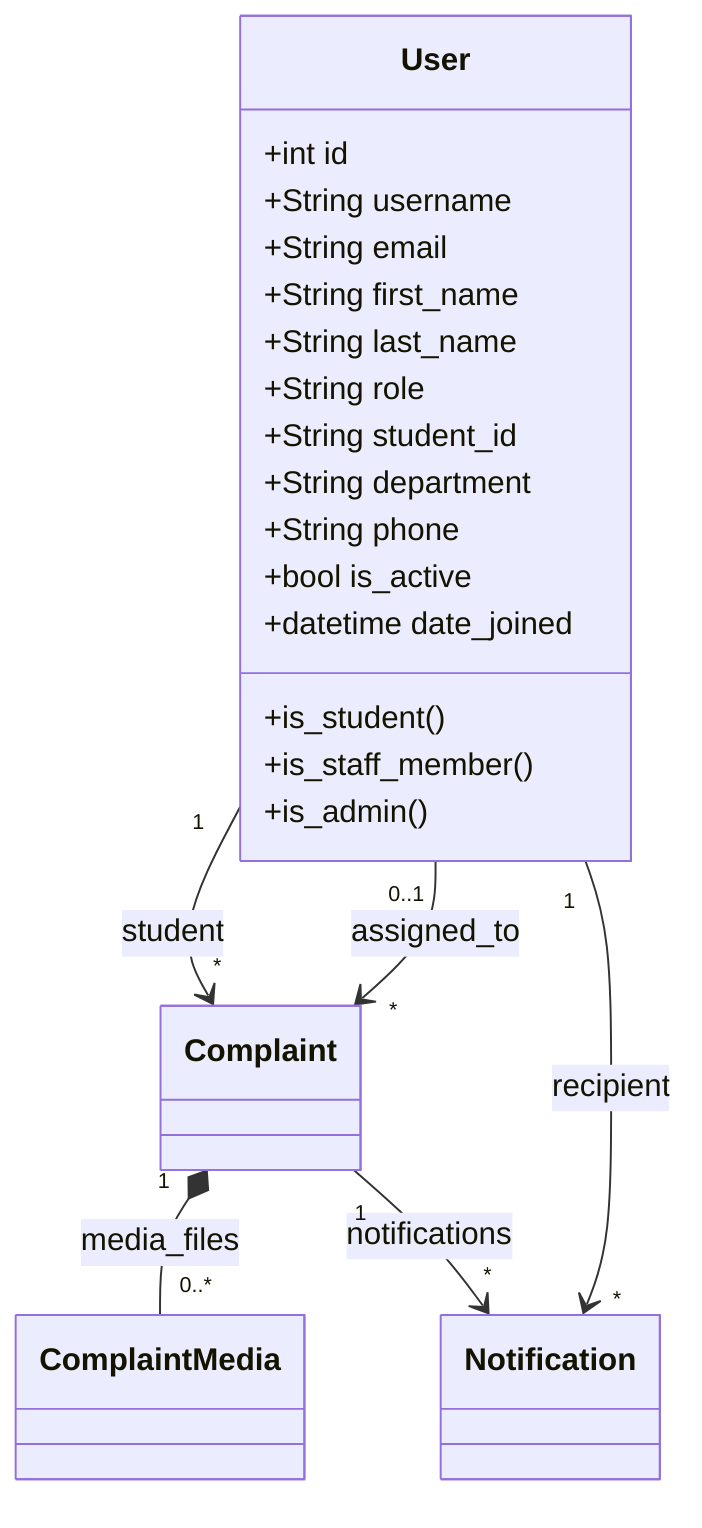
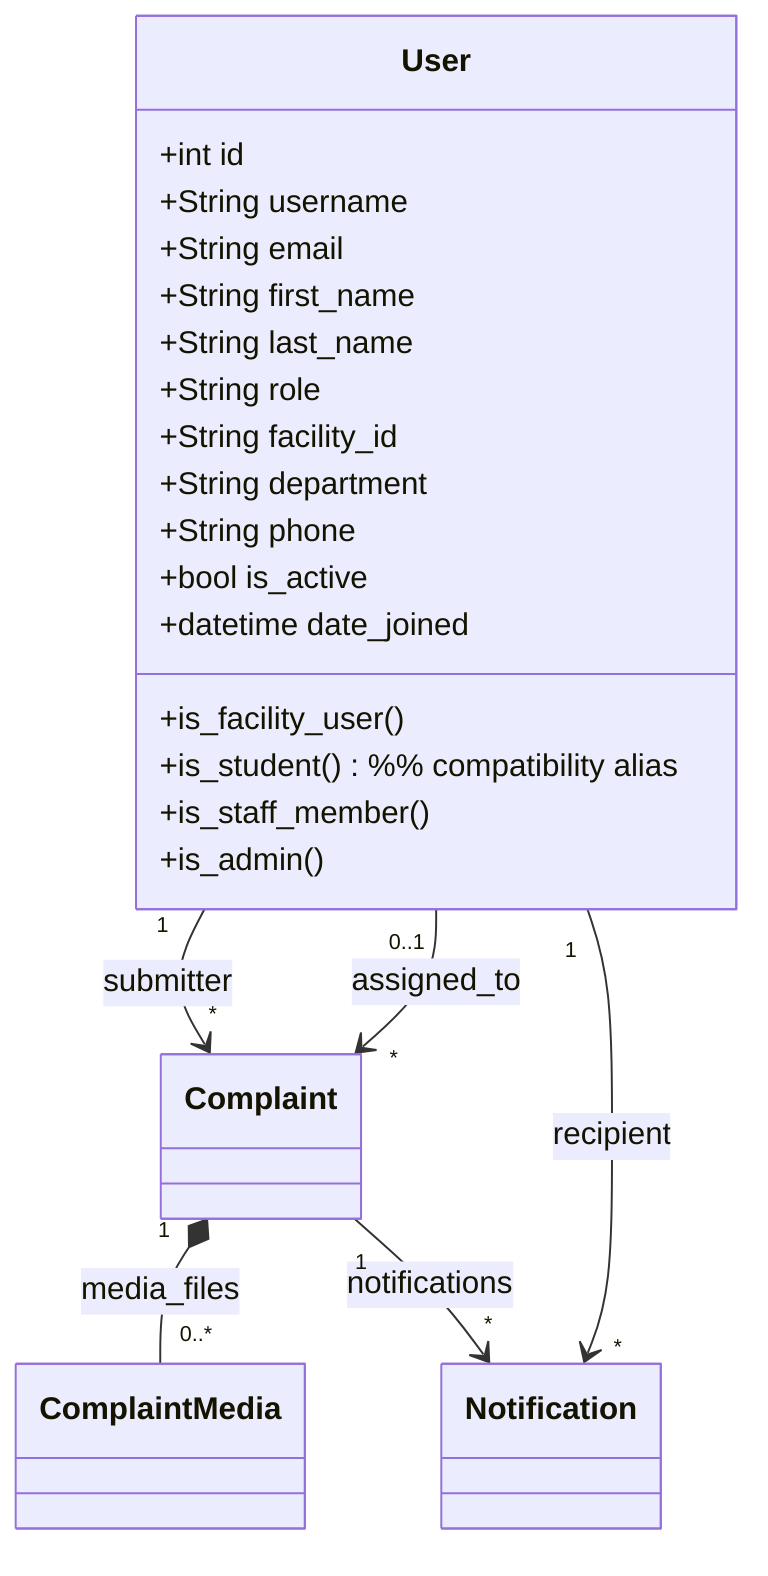
classDiagram
class User {
  +int id
  +String username
  +String email
  +String first_name
  +String last_name
  +String role
-   +String student_id
+   +String facility_id
  +String department
  +String phone
  +bool is_active
  +datetime date_joined
-   +is_student()
+   +is_facility_user()
+   +is_student()  %% compatibility alias
  +is_staff_member()
  +is_admin()
}

class Complaint
class Notification
class ComplaintMedia

- User "1" --> "*" Complaint : student
+ User "1" --> "*" Complaint : submitter
User "0..1" --> "*" Complaint : assigned_to
User "1" --> "*" Notification : recipient
Complaint "1" *-- "0..*" ComplaintMedia : media_files
Complaint "1" --> "*" Notification : notifications
